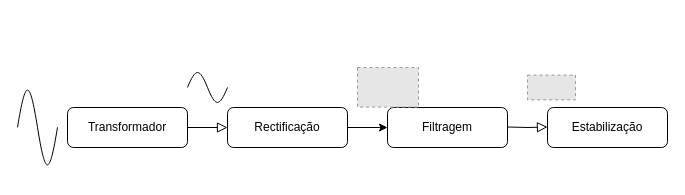
Above: figures/Diagrama sem nome.drawio in eddygrinder/LaRE_LaTeX (draw.io), before the change. Source tidied: cells renumbered, new cells numbered last; positions are measured from the earlier drawing's top-left corner, leaving out a move shared by most shapes. Both pictures are drawn from the tidied source at 100%, with x=0, y=0 at pixel (17, 67). Pictures stored in the file or linked from it are replaced by grey dashed boxes.
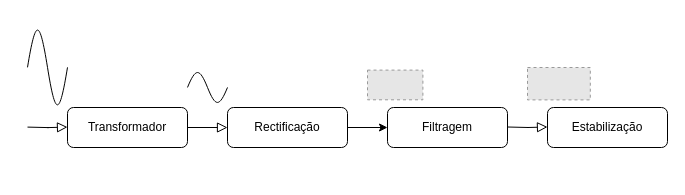
The same diagram, later.

Change to the diagram source:
```diff
@@
 <mxGraphModel>
   <root>
     <mxCell id="0" />
     <mxCell id="1" parent="0" />
     <mxCell id="2" style="rounded=0;html=1;jettySize=auto;fontSize=11;endArrow=block;endFill=0;endSize=8;strokeWidth=1;shadow=0;labelBackgroundColor=none;edgeStyle=orthogonalEdgeStyle;entryX=0;entryY=0.5;entryDx=0;entryDy=0;" parent="1" edge="1" source="3" target="5">
       <mxGeometry relative="1" as="geometry" />
     </mxCell>
     <mxCell id="3" value="Transformador" style="rounded=1;whiteSpace=wrap;html=1;fontSize=12;glass=0;strokeWidth=1;shadow=0;" parent="1" vertex="1">
       <mxGeometry x="50" y="40" width="120" height="40" as="geometry" />
     </mxCell>
     <mxCell id="4" style="edgeStyle=orthogonalEdgeStyle;rounded=0;jettySize=auto;html=1;exitX=1;exitY=0.5;exitDx=0;exitDy=0;entryX=0;entryY=0.5;entryDx=0;entryDy=0;" parent="1" edge="1" source="5" target="6">
       <mxGeometry relative="1" as="geometry" />
     </mxCell>
     <mxCell id="5" value="Rectificação" style="rounded=1;whiteSpace=wrap;html=1;fontSize=12;glass=0;strokeWidth=1;shadow=0;" parent="1" vertex="1">
       <mxGeometry x="210" y="40" width="120" height="40" as="geometry" />
     </mxCell>
     <mxCell id="6" value="Filtragem" style="rounded=1;whiteSpace=wrap;html=1;fontSize=12;glass=0;strokeWidth=1;shadow=0;" parent="1" vertex="1">
       <mxGeometry x="370" y="40" width="120" height="40" as="geometry" />
     </mxCell>
     <mxCell id="7" value="Estabilização" style="rounded=1;whiteSpace=wrap;html=1;fontSize=12;glass=0;strokeWidth=1;shadow=0;" parent="1" vertex="1">
       <mxGeometry x="530" y="40" width="120" height="40" as="geometry" />
     </mxCell>
     <mxCell id="8" style="rounded=0;html=1;jettySize=auto;orthogonalLoop=1;fontSize=11;endArrow=block;endFill=0;endSize=8;strokeWidth=1;shadow=0;labelBackgroundColor=none;edgeStyle=orthogonalEdgeStyle;entryX=0;entryY=0.5;entryDx=0;entryDy=0;" parent="1" edge="1">
       <mxGeometry relative="1" as="geometry">
         <mxPoint x="490" y="59.5" as="sourcePoint" />
         <mxPoint x="530" y="59.5" as="targetPoint" />
       </mxGeometry>
     </mxCell>
     <mxCell id="9" style="verticalLabelPosition=bottom;shadow=0;dashed=0;align=center;html=1;verticalAlign=top;shape=mxgraph.electrical.waveforms.sine_wave;" parent="1" vertex="1">
-      <mxGeometry y="10" width="40" height="100" as="geometry" />
+      <mxGeometry x="10" y="-50" width="40" height="100" as="geometry" />
     </mxCell>
     <mxCell id="10" style="verticalLabelPosition=bottom;shadow=0;dashed=0;align=center;html=1;verticalAlign=top;shape=mxgraph.electrical.waveforms.sine_wave;" parent="1" vertex="1">
       <mxGeometry x="170" width="40" height="40" as="geometry" />
     </mxCell>
-    <mxCell id="11" style="fillColor=#E6E6E6;strokeColor=#999999;dashed=1;verticalLabelPosition=bottom;verticalAlign=top;" parent="1" vertex="1">
-      <mxGeometry x="340" width="61" height="39.6" as="geometry" />
-    </mxCell>
     <mxCell id="12" style="fillColor=#E6E6E6;strokeColor=#999999;dashed=1;verticalLabelPosition=bottom;verticalAlign=top;" parent="1" vertex="1">
-      <mxGeometry x="510" y="7.6" width="48" height="24.7" as="geometry" />
+      <mxGeometry x="510" width="62.8" height="32.4" as="geometry" />
     </mxCell>
+    <mxCell id="13" style="fillColor=#E6E6E6;strokeColor=#999999;dashed=1;verticalLabelPosition=bottom;verticalAlign=top;" parent="1" vertex="1">
+      <mxGeometry x="350" y="2.6" width="55.4" height="29.7" as="geometry" />
+    </mxCell>
+    <mxCell id="14" style="rounded=0;html=1;jettySize=auto;orthogonalLoop=1;fontSize=11;endArrow=block;endFill=0;endSize=8;strokeWidth=1;shadow=0;labelBackgroundColor=none;edgeStyle=orthogonalEdgeStyle;entryX=0;entryY=0.5;entryDx=0;entryDy=0;" parent="1" edge="1">
+      <mxGeometry relative="1" as="geometry">
+        <mxPoint x="10" y="59.6" as="sourcePoint" />
+        <mxPoint x="50" y="59.6" as="targetPoint" />
+      </mxGeometry>
+    </mxCell>
   </root>
 </mxGraphModel>
```
